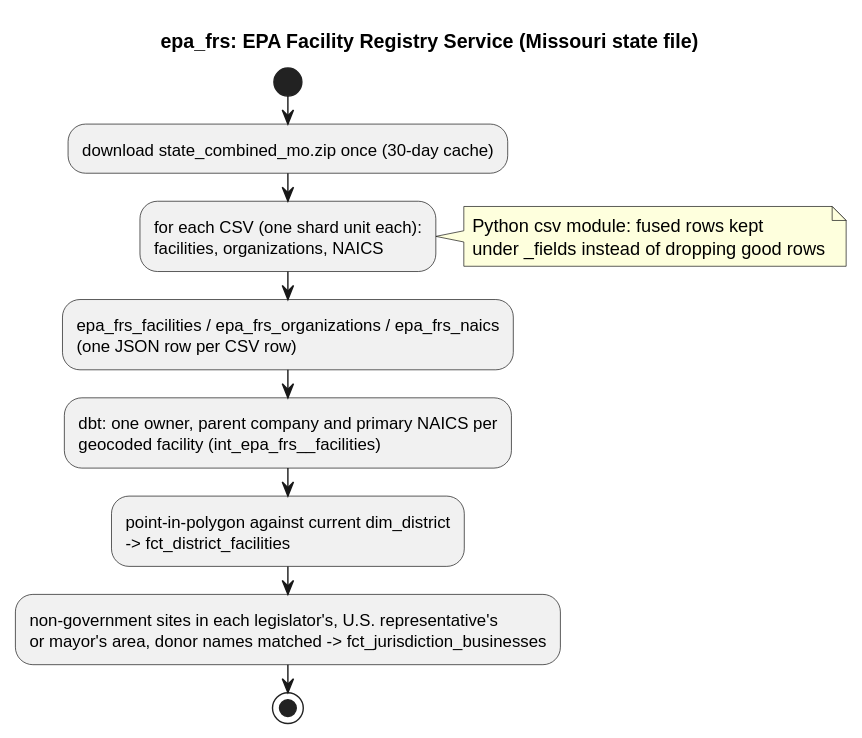
The PlantUML diagram docs/diagrams/sources/epa_frs.svg in akettmann/missouri_gov_feed, before a commit. Its source is kept beside it as docs/diagrams/sources/epa_frs.puml. The source it was exported from:
```plantuml
@startuml epa_frs
title epa_frs: EPA Facility Registry Service (Missouri state file)
start
:download state_combined_mo.zip once (30-day cache);
:for each CSV (one shard unit each):
facilities, organizations, NAICS;
note right: Python csv module: fused rows kept\nunder _fields instead of dropping good rows
:epa_frs_facilities / epa_frs_organizations / epa_frs_naics
(one JSON row per CSV row);
:dbt: one owner, parent company and primary NAICS per
geocoded facility (int_epa_frs__facilities);
:point-in-polygon against current dim_district
-> fct_district_facilities;
:non-government sites in each legislator's, U.S. representative's
or mayor's area, donor names matched -> fct_jurisdiction_businesses;
stop
@enduml
```
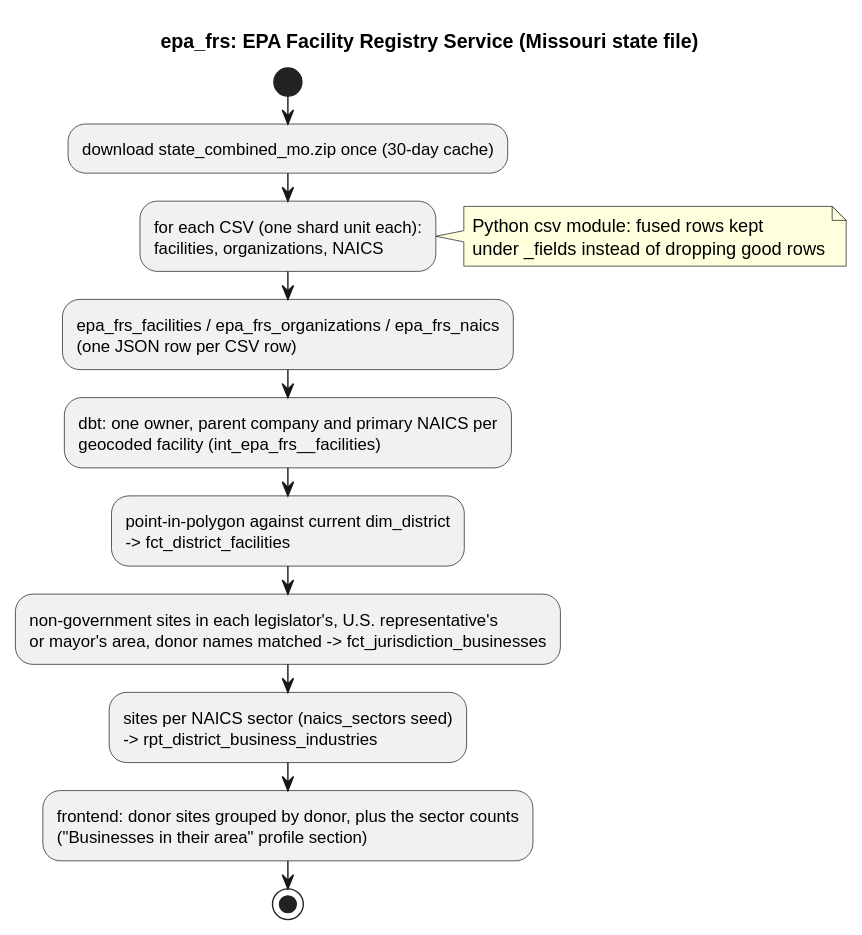
The same file after the commit.

What changed in the source:
```diff
@@ -13,5 +13,9 @@
 -> fct_district_facilities;
 :non-government sites in each legislator's, U.S. representative's
 or mayor's area, donor names matched -> fct_jurisdiction_businesses;
+:sites per NAICS sector (naics_sectors seed)
+-> rpt_district_business_industries;
+:frontend: donor sites grouped by donor, plus the sector counts
+("Businesses in their area" profile section);
 stop
 @enduml
```
